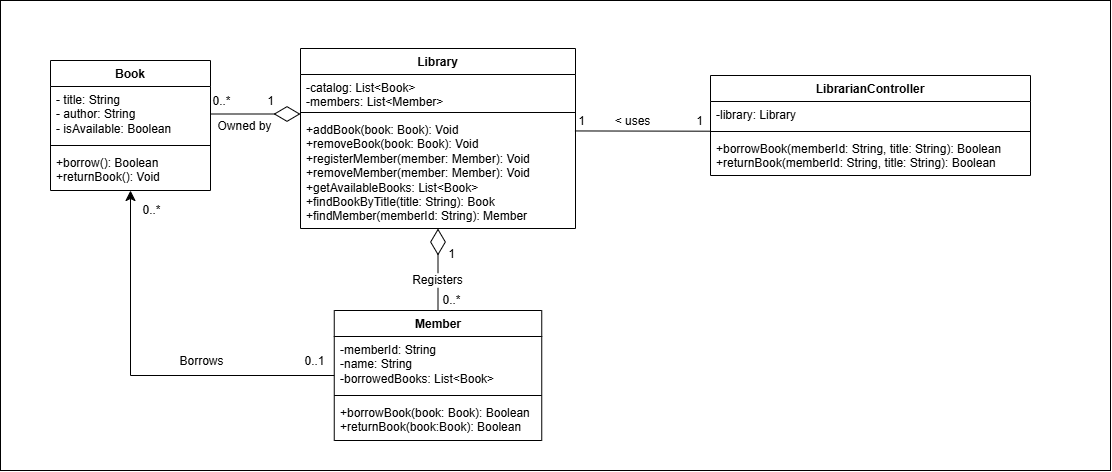
greymeridian/COSC236Lab keeps this draw.io diagram as lab4/COSC236ClassDiagram.png. Above is the earlier version. Source tidied: cells renumbered, new cells last; positions are measured from the earlier drawing's top-left corner, leaving out a move shared by most shapes. Its diagram source:
```xml
<mxGraphModel>
  <root>
    <mxCell id="0" />
    <mxCell id="1" parent="0" />
    <mxCell id="2" style="rounded=0;whiteSpace=wrap;html=1;" parent="1" vertex="1">
      <mxGeometry width="1110" height="470" as="geometry" />
    </mxCell>
    <mxCell id="3" value="Book" style="swimlane;fontStyle=1;align=center;verticalAlign=top;horizontal=1;startSize=26;whiteSpace=wrap;html=1;" parent="1" vertex="1">
      <mxGeometry x="50" y="60" width="160" height="130" as="geometry" />
    </mxCell>
    <mxCell id="4" value="- title: String&lt;div&gt;- author: String&lt;/div&gt;&lt;div&gt;- isAvailable: Boolean&lt;/div&gt;" style="text;strokeColor=none;fillColor=none;align=left;verticalAlign=top;spacingLeft=4;spacingRight=4;overflow=hidden;points=[[0,0.5],[1,0.5]];portConstraint=eastwest;whiteSpace=wrap;html=1;" parent="3" vertex="1">
      <mxGeometry y="26" width="160" height="55" as="geometry" />
    </mxCell>
    <mxCell id="5" style="line;strokeWidth=1;fillColor=none;align=left;verticalAlign=middle;spacingTop=-1;spacingLeft=3;spacingRight=3;labelPosition=right;strokeColor=inherit;labelPerimeter=1;" parent="3" vertex="1">
      <mxGeometry y="81" width="160" height="8" as="geometry" />
    </mxCell>
    <mxCell id="6" value="+borrow(): Boolean&lt;div&gt;+returnBook(): Void&lt;/div&gt;" style="text;strokeColor=none;fillColor=none;align=left;verticalAlign=top;spacingLeft=4;spacingRight=4;overflow=hidden;whiteSpace=wrap;html=1;" parent="3" vertex="1">
      <mxGeometry y="89" width="160" height="41" as="geometry" />
    </mxCell>
    <mxCell id="7" style="edgeStyle=none;curved=0;rounded=0;jettySize=auto;html=1;entryX=0.5;entryY=1;entryDx=0;entryDy=0;fontSize=12;defaultLabelBackgroundColor=page;startSize=8;endSize=8;" parent="1" edge="1" source="11" target="3">
      <mxGeometry x="0.03" relative="1" as="geometry">
        <Array as="points">
          <mxPoint x="130" y="375" />
        </Array>
      </mxGeometry>
    </mxCell>
    <mxCell id="8" value="0..1" style="edgeLabel;html=1;align=center;verticalAlign=middle;inheritText=1;fontSize=12;defaultLabelBackgroundColor=page;" parent="7" vertex="1">
      <mxGeometry x="-0.9" y="1" relative="1" as="geometry">
        <mxPoint y="-16" as="offset" />
      </mxGeometry>
    </mxCell>
    <mxCell id="9" value="0..*" style="edgeLabel;html=1;align=center;verticalAlign=middle;inheritText=1;fontSize=12;defaultLabelBackgroundColor=page;" parent="7" vertex="1">
      <mxGeometry x="0.91" relative="1" as="geometry">
        <mxPoint x="20" y="2" as="offset" />
      </mxGeometry>
    </mxCell>
    <mxCell id="10" value="Borrows" style="edgeLabel;html=1;align=center;verticalAlign=middle;inheritText=1;fontSize=12;defaultLabelBackgroundColor=page;" parent="7" vertex="1">
      <mxGeometry x="-0.31" y="1" relative="1" as="geometry">
        <mxPoint y="-16" as="offset" />
      </mxGeometry>
    </mxCell>
    <mxCell id="11" value="Member" style="swimlane;fontStyle=1;align=center;verticalAlign=top;horizontal=1;startSize=26;whiteSpace=wrap;html=1;" parent="1" vertex="1">
      <mxGeometry x="333.8" y="310" width="207.5" height="130" as="geometry" />
    </mxCell>
    <mxCell id="12" value="-memberId: String&lt;div&gt;-name: String&lt;/div&gt;&lt;div&gt;-borrowedBooks: List&amp;lt;Book&amp;gt;&lt;/div&gt;" style="text;strokeColor=none;fillColor=none;align=left;verticalAlign=top;spacingLeft=4;spacingRight=4;overflow=hidden;whiteSpace=wrap;html=1;" parent="11" vertex="1">
      <mxGeometry y="26" width="207.5" height="55" as="geometry" />
    </mxCell>
    <mxCell id="13" style="line;strokeWidth=1;fillColor=none;align=left;verticalAlign=middle;spacingTop=-1;spacingLeft=3;spacingRight=3;labelPosition=right;strokeColor=inherit;labelPerimeter=1;" parent="11" vertex="1">
      <mxGeometry y="81" width="207.5" height="8" as="geometry" />
    </mxCell>
    <mxCell id="14" value="+borrowBook(book: Book): Boolean&lt;div&gt;+returnBook(book:Book): Boolean&lt;/div&gt;" style="text;strokeColor=none;fillColor=none;align=left;verticalAlign=top;spacingLeft=4;spacingRight=4;overflow=hidden;whiteSpace=wrap;html=1;" parent="11" vertex="1">
      <mxGeometry y="89" width="207.5" height="41" as="geometry" />
    </mxCell>
    <mxCell id="15" value="Library" style="swimlane;fontStyle=1;align=center;verticalAlign=top;horizontal=1;startSize=26;whiteSpace=wrap;html=1;" parent="1" vertex="1">
      <mxGeometry x="300" y="48" width="275" height="180" as="geometry" />
    </mxCell>
    <mxCell id="16" value="-catalog: List&amp;lt;Book&amp;gt;&lt;div&gt;-members: List&amp;lt;Member&amp;gt;&lt;/div&gt;" style="text;strokeColor=none;fillColor=none;align=left;verticalAlign=top;spacingLeft=4;spacingRight=4;overflow=hidden;whiteSpace=wrap;html=1;" parent="15" vertex="1">
      <mxGeometry y="26" width="275" height="34" as="geometry" />
    </mxCell>
    <mxCell id="17" style="line;strokeWidth=1;fillColor=none;align=left;verticalAlign=middle;spacingTop=-1;spacingLeft=3;spacingRight=3;labelPosition=right;strokeColor=inherit;labelPerimeter=1;" parent="15" vertex="1">
      <mxGeometry y="60" width="275" height="8" as="geometry" />
    </mxCell>
    <mxCell id="18" value="+addBook(book: Book): Void&lt;div&gt;+removeBook(book: Book): Void&lt;/div&gt;&lt;div&gt;+registerMember(member: Member): Void&lt;/div&gt;&lt;div&gt;+removeMember(member: Member): Void&lt;/div&gt;&lt;div&gt;+getAvailableBooks: List&amp;lt;Book&amp;gt;&lt;/div&gt;&lt;div&gt;+findBookByTitle(title: String): Book&lt;/div&gt;&lt;div&gt;+findMember(memberId: String): Member&lt;/div&gt;" style="text;strokeColor=none;fillColor=none;align=left;verticalAlign=top;spacingLeft=4;spacingRight=4;overflow=hidden;points=[[0,0.5],[1,0.5]];portConstraint=eastwest;whiteSpace=wrap;html=1;" parent="15" vertex="1">
      <mxGeometry y="68" width="275" height="112" as="geometry" />
    </mxCell>
    <mxCell id="19" style="endArrow=diamondThin;endFill=0;endSize=24;html=1;rounded=0;fontSize=12;defaultLabelBackgroundColor=page;curved=1;entryX=0.5;entryY=1;entryDx=0;entryDy=0;exitX=0.5;exitY=0;exitDx=0;exitDy=0;" parent="1" edge="1" source="11" target="15">
      <mxGeometry relative="1" as="geometry" />
    </mxCell>
    <mxCell id="20" value="1" style="edgeLabel;html=1;align=center;verticalAlign=middle;inheritText=1;fontSize=12;defaultLabelBackgroundColor=page;" parent="19" vertex="1">
      <mxGeometry x="-0.09" y="1" relative="1" as="geometry">
        <mxPoint x="14" y="-20" as="offset" />
      </mxGeometry>
    </mxCell>
    <mxCell id="21" value="0..*" style="edgeLabel;html=1;align=center;verticalAlign=middle;inheritText=1;fontSize=12;defaultLabelBackgroundColor=page;" parent="19" vertex="1">
      <mxGeometry x="-0.73" y="2" relative="1" as="geometry">
        <mxPoint x="15" as="offset" />
      </mxGeometry>
    </mxCell>
    <mxCell id="22" value="Registers" style="edgeLabel;html=1;align=center;verticalAlign=middle;inheritText=1;fontSize=12;defaultLabelBackgroundColor=page;" parent="19" vertex="1">
      <mxGeometry x="-0.23" y="1" relative="1" as="geometry" />
    </mxCell>
    <mxCell id="23" style="endArrow=diamondThin;endFill=0;endSize=24;html=1;rounded=0;fontSize=12;defaultLabelBackgroundColor=page;curved=1;exitX=1;exitY=0.5;exitDx=0;exitDy=0;" parent="1" edge="1" source="4">
      <mxGeometry relative="1" as="geometry">
        <mxPoint x="300" y="113.5" as="targetPoint" />
      </mxGeometry>
    </mxCell>
    <mxCell id="24" value="1" style="edgeLabel;html=1;align=center;verticalAlign=middle;inheritText=1;fontSize=12;defaultLabelBackgroundColor=page;" parent="23" vertex="1">
      <mxGeometry x="0.31" relative="1" as="geometry">
        <mxPoint y="-13" as="offset" />
      </mxGeometry>
    </mxCell>
    <mxCell id="25" value="0..*" style="edgeLabel;html=1;align=center;verticalAlign=middle;inheritText=1;fontSize=12;defaultLabelBackgroundColor=page;" parent="23" vertex="1">
      <mxGeometry x="-0.81" y="1" relative="1" as="geometry">
        <mxPoint x="2" y="-12" as="offset" />
      </mxGeometry>
    </mxCell>
    <mxCell id="26" value="Owned by" style="edgeLabel;html=1;align=center;verticalAlign=middle;inheritText=1;fontSize=12;defaultLabelBackgroundColor=page;" parent="23" vertex="1">
      <mxGeometry x="-0.27" relative="1" as="geometry">
        <mxPoint y="12" as="offset" />
      </mxGeometry>
    </mxCell>
    <mxCell id="27" value="LibrarianController" style="swimlane;fontStyle=1;align=center;verticalAlign=top;horizontal=1;startSize=26;whiteSpace=wrap;html=1;" parent="1" vertex="1">
      <mxGeometry x="710" y="75" width="320" height="100" as="geometry" />
    </mxCell>
    <mxCell id="28" value="-library: Library" style="text;strokeColor=none;fillColor=none;align=left;verticalAlign=top;spacingLeft=4;spacingRight=4;overflow=hidden;whiteSpace=wrap;html=1;" parent="27" vertex="1">
      <mxGeometry y="26" width="320" height="26" as="geometry" />
    </mxCell>
    <mxCell id="29" style="line;strokeWidth=1;fillColor=none;align=left;verticalAlign=middle;spacingTop=-1;spacingLeft=3;spacingRight=3;labelPosition=right;points=[];portConstraint=eastwest;strokeColor=inherit;labelPerimeter=1;" parent="27" vertex="1">
      <mxGeometry y="52" width="320" height="8" as="geometry" />
    </mxCell>
    <mxCell id="30" value="+borrowBook(memberId: String, title: String): Boolean&lt;div&gt;+returnBook(memberId: String, title: String): Boolean&lt;/div&gt;" style="text;strokeColor=none;fillColor=none;align=left;verticalAlign=top;spacingLeft=4;spacingRight=4;overflow=hidden;whiteSpace=wrap;html=1;" parent="27" vertex="1">
      <mxGeometry y="60" width="320" height="40" as="geometry" />
    </mxCell>
    <mxCell id="31" style="endArrow=none;html=1;rounded=0;fontSize=12;defaultLabelBackgroundColor=page;startSize=8;endSize=8;curved=1;exitX=0.998;exitY=0.129;exitDx=0;exitDy=0;exitPerimeter=0;" parent="1" edge="1" source="18" target="29">
      <mxGeometry relative="1" as="geometry" />
    </mxCell>
    <mxCell id="32" value="&amp;lt; uses" style="edgeLabel;html=1;align=center;verticalAlign=middle;inheritText=1;fontSize=12;defaultLabelBackgroundColor=page;" parent="31" vertex="1">
      <mxGeometry x="-0.17" relative="1" as="geometry">
        <mxPoint y="-10" as="offset" />
      </mxGeometry>
    </mxCell>
    <mxCell id="33" value="1" style="edgeLabel;html=1;align=center;verticalAlign=middle;inheritText=1;fontSize=12;defaultLabelBackgroundColor=page;" parent="31" vertex="1">
      <mxGeometry x="0.82" y="-2" relative="1" as="geometry">
        <mxPoint y="-12" as="offset" />
      </mxGeometry>
    </mxCell>
    <mxCell id="34" value="1" style="edgeLabel;html=1;align=center;verticalAlign=middle;inheritText=1;fontSize=12;defaultLabelBackgroundColor=page;" parent="31" vertex="1">
      <mxGeometry x="-0.71" y="-3" relative="1" as="geometry">
        <mxPoint x="-14" y="-13" as="offset" />
      </mxGeometry>
    </mxCell>
  </root>
</mxGraphModel>
```
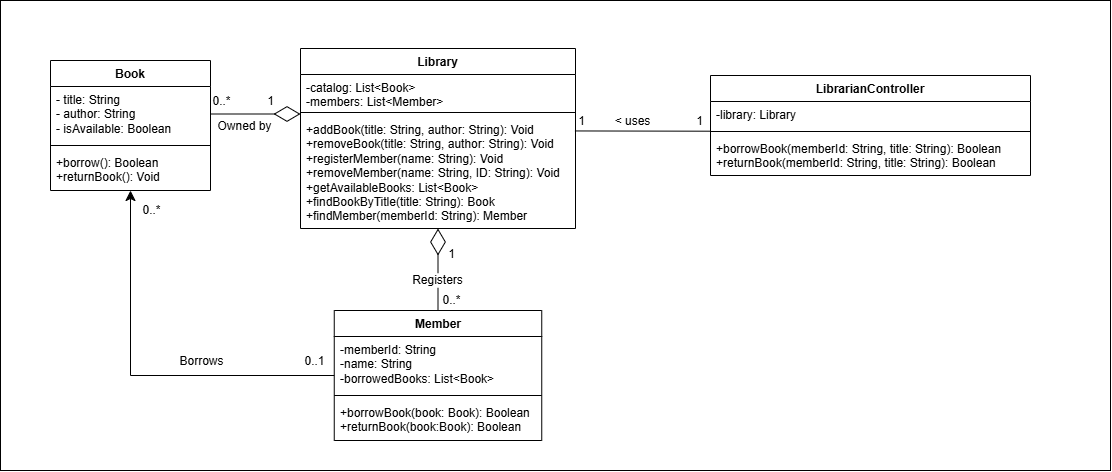
After the change.

Commit message:
Updated Class Diagram... again

Made a big mistake with the Library Class, its been fixed now. Hopefully no more issues

The edit, as a diff of the source:
```diff
@@ -60,7 +60,7 @@
     <mxCell id="17" style="line;strokeWidth=1;fillColor=none;align=left;verticalAlign=middle;spacingTop=-1;spacingLeft=3;spacingRight=3;labelPosition=right;strokeColor=inherit;labelPerimeter=1;" parent="15" vertex="1">
       <mxGeometry y="60" width="275" height="8" as="geometry" />
     </mxCell>
-    <mxCell id="18" value="+addBook(book: Book): Void&lt;div&gt;+removeBook(book: Book): Void&lt;/div&gt;&lt;div&gt;+registerMember(member: Member): Void&lt;/div&gt;&lt;div&gt;+removeMember(member: Member): Void&lt;/div&gt;&lt;div&gt;+getAvailableBooks: List&amp;lt;Book&amp;gt;&lt;/div&gt;&lt;div&gt;+findBookByTitle(title: String): Book&lt;/div&gt;&lt;div&gt;+findMember(memberId: String): Member&lt;/div&gt;" style="text;strokeColor=none;fillColor=none;align=left;verticalAlign=top;spacingLeft=4;spacingRight=4;overflow=hidden;points=[[0,0.5],[1,0.5]];portConstraint=eastwest;whiteSpace=wrap;html=1;" parent="15" vertex="1">
+    <mxCell id="18" value="+addBook(title: String, author: String): Void&lt;div&gt;+removeBook(title: String, author: String): Void&lt;/div&gt;&lt;div&gt;+registerMember(name: String): Void&lt;/div&gt;&lt;div&gt;+removeMember(name: String, ID: String): Void&lt;/div&gt;&lt;div&gt;+getAvailableBooks: List&amp;lt;Book&amp;gt;&lt;/div&gt;&lt;div&gt;+findBookByTitle(title: String): Book&lt;/div&gt;&lt;div&gt;+findMember(memberId: String): Member&lt;/div&gt;" style="text;strokeColor=none;fillColor=none;align=left;verticalAlign=top;spacingLeft=4;spacingRight=4;overflow=hidden;points=[[0,0.5],[1,0.5]];portConstraint=eastwest;whiteSpace=wrap;html=1;" parent="15" vertex="1">
       <mxGeometry y="68" width="275" height="112" as="geometry" />
     </mxCell>
     <mxCell id="19" style="endArrow=diamondThin;endFill=0;endSize=24;html=1;rounded=0;fontSize=12;defaultLabelBackgroundColor=page;curved=1;entryX=0.5;entryY=1;entryDx=0;entryDy=0;exitX=0.5;exitY=0;exitDx=0;exitDy=0;" parent="1" edge="1" source="11" target="15">
```
